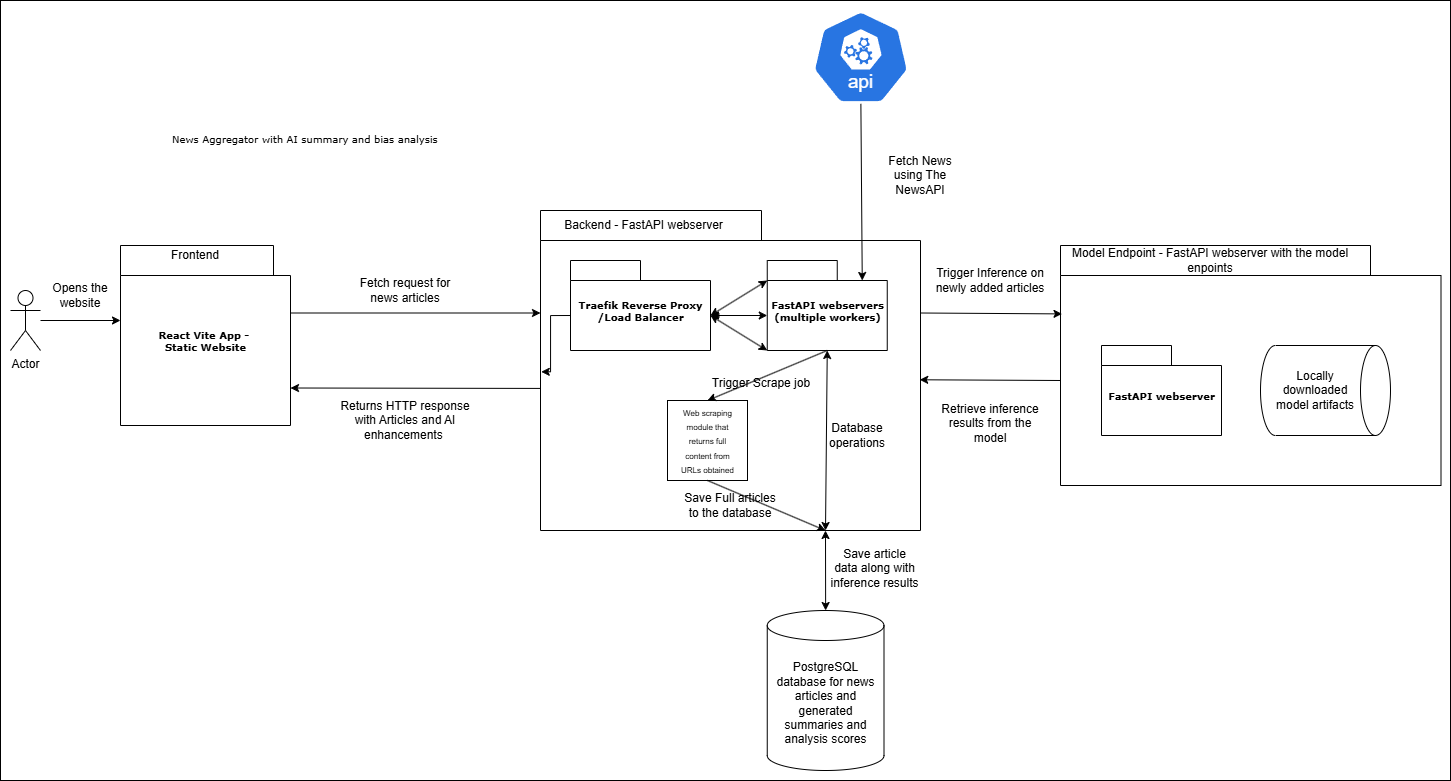
Earlier version of the draw.io export Webapp architecture mockup.png (FaithKamaraju/news-webservice). Source tidied: cells renumbered, new cells last; positions are measured from the earlier drawing's top-left corner, leaving out a move shared by most shapes.
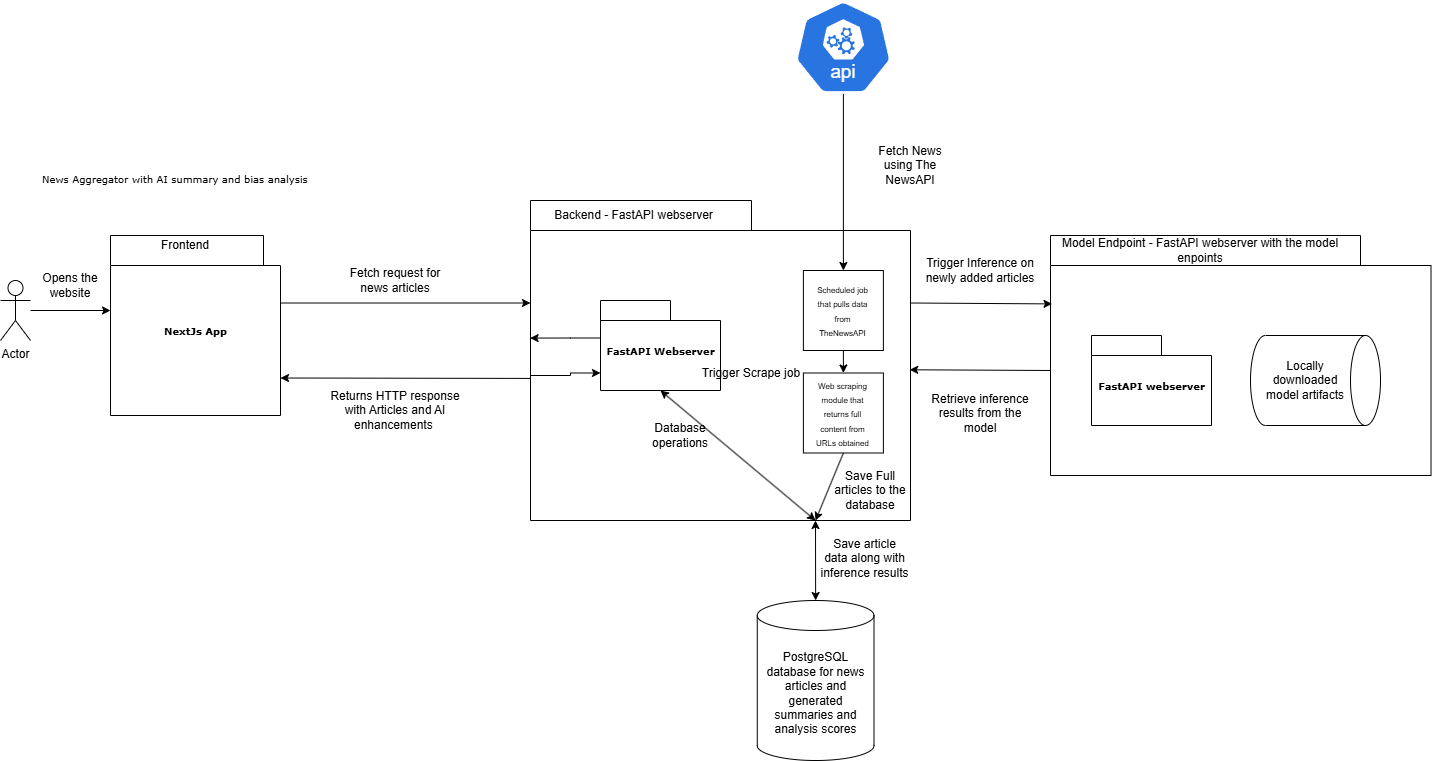
Later version of the same file.

Change to the diagram source:
```diff
@@ -2,17 +2,14 @@
   <root>
     <mxCell id="0" />
     <mxCell id="1" parent="0" />
-    <mxCell id="2" style="rounded=0;whiteSpace=wrap;html=1;" parent="1" vertex="1">
-      <mxGeometry width="1450" height="780" as="geometry" />
-    </mxCell>
     <mxCell id="3" style="shape=folder;fontStyle=1;spacingTop=10;tabWidth=221;tabHeight=30;tabPosition=left;html=1;rounded=0;shadow=0;comic=0;labelBackgroundColor=none;strokeWidth=1;fontFamily=Verdana;fontSize=10;align=center;" parent="1" vertex="1">
       <mxGeometry x="540" y="210" width="380" height="320" as="geometry" />
     </mxCell>
-    <mxCell id="4" value="React Vite App -&amp;nbsp;&lt;div&gt;Static Website&lt;/div&gt;" style="shape=folder;fontStyle=1;spacingTop=10;tabWidth=213;tabHeight=30;tabPosition=left;html=1;rounded=0;shadow=0;comic=0;labelBackgroundColor=none;strokeColor=#000000;strokeWidth=1;fillColor=#ffffff;fontFamily=Verdana;fontSize=10;fontColor=#000000;align=center;" parent="1" vertex="1">
+    <mxCell id="4" value="NextJs App" style="shape=folder;fontStyle=1;spacingTop=10;tabWidth=213;tabHeight=30;tabPosition=left;html=1;rounded=0;shadow=0;comic=0;labelBackgroundColor=none;strokeColor=#000000;strokeWidth=1;fillColor=#ffffff;fontFamily=Verdana;fontSize=10;fontColor=#000000;align=center;" parent="1" vertex="1">
       <mxGeometry x="120" y="245" width="170" height="180" as="geometry" />
     </mxCell>
     <mxCell id="5" value="News Aggregator with AI summary and bias analysis" style="text;html=1;align=left;verticalAlign=top;spacingTop=-4;fontSize=10;fontFamily=Verdana;" parent="1" vertex="1">
-      <mxGeometry x="170" y="130" width="290" height="20" as="geometry" />
+      <mxGeometry x="50" y="180" width="290" height="20" as="geometry" />
     </mxCell>
     <mxCell id="6" value="Frontend" style="text;html=1;align=center;verticalAlign=middle;whiteSpace=wrap;rounded=0;" parent="1" vertex="1">
       <mxGeometry x="120" y="240" width="150" height="30" as="geometry" />
@@ -20,21 +17,12 @@
     <mxCell id="7" value="Backend - FastAPI webserver" style="text;html=1;align=center;verticalAlign=middle;whiteSpace=wrap;rounded=0;" parent="1" vertex="1">
       <mxGeometry x="520" y="210" width="246.8" height="30" as="geometry" />
     </mxCell>
-    <mxCell id="8" value="FastAPI webservers&lt;div&gt;(multiple workers&lt;span style=&quot;background-color: transparent; color: light-dark(rgb(0, 0, 0), rgb(237, 237, 237));&quot;&gt;)&lt;/span&gt;&lt;/div&gt;" style="shape=folder;fontStyle=1;spacingTop=10;tabWidth=70;tabHeight=20;tabPosition=left;html=1;rounded=0;shadow=0;comic=0;labelBackgroundColor=none;strokeColor=#000000;strokeWidth=1;fillColor=#ffffff;fontFamily=Verdana;fontSize=10;fontColor=#000000;align=center;" parent="1" vertex="1">
-      <mxGeometry x="766.8" y="260" width="120" height="90" as="geometry" />
+    <mxCell id="8" value="FastAPI Webserver" style="shape=folder;fontStyle=1;spacingTop=10;tabWidth=70;tabHeight=20;tabPosition=left;html=1;rounded=0;shadow=0;comic=0;labelBackgroundColor=none;strokeColor=#000000;strokeWidth=1;fillColor=#ffffff;fontFamily=Verdana;fontSize=10;fontColor=#000000;align=center;" parent="1" vertex="1">
+      <mxGeometry x="610" y="310" width="120" height="90" as="geometry" />
     </mxCell>
-    <mxCell id="9" value="Traefik Reverse Proxy&lt;div&gt;/Load Balancer&lt;/div&gt;" style="shape=folder;fontStyle=1;spacingTop=10;tabWidth=70;tabHeight=20;tabPosition=left;html=1;rounded=0;shadow=0;comic=0;labelBackgroundColor=none;strokeColor=#000000;strokeWidth=1;fillColor=#ffffff;fontFamily=Verdana;fontSize=10;fontColor=#000000;align=center;" parent="1" vertex="1">
-      <mxGeometry x="570" y="260" width="140" height="90" as="geometry" />
-    </mxCell>
     <mxCell id="10" value="PostgreSQL database for news articles and generated summaries and analysis scores" style="shape=cylinder3;whiteSpace=wrap;html=1;boundedLbl=1;backgroundOutline=1;size=15;" parent="1" vertex="1">
       <mxGeometry x="766.8" y="610" width="116.8" height="160" as="geometry" />
     </mxCell>
-    <mxCell id="11" style="endArrow=classic;startArrow=classic;html=1;rounded=0;exitX=0;exitY=0;exitDx=140;exitDy=55;exitPerimeter=0;entryX=0;entryY=0;entryDx=0;entryDy=20;entryPerimeter=0;" parent="1" edge="1" source="9" target="8">
-      <mxGeometry relative="1" as="geometry" />
-    </mxCell>
-    <mxCell id="12" style="endArrow=classic;startArrow=classic;html=1;rounded=0;entryX=0;entryY=0;entryDx=0;entryDy=90;entryPerimeter=0;exitX=0;exitY=0;exitDx=140;exitDy=55;exitPerimeter=0;" parent="1" edge="1" source="9" target="8">
-      <mxGeometry relative="1" as="geometry" />
-    </mxCell>
     <mxCell id="13" style="endArrow=classic;startArrow=classic;html=1;rounded=0;exitX=0.5;exitY=0;exitDx=0;exitDy=0;exitPerimeter=0;entryX=0.75;entryY=1;entryDx=0;entryDy=0;entryPerimeter=0;" parent="1" edge="1" source="10" target="3">
       <mxGeometry relative="1" as="geometry" />
     </mxCell>
@@ -59,27 +47,18 @@
     <mxCell id="20" value="Opens the website" style="text;html=1;align=center;verticalAlign=middle;whiteSpace=wrap;rounded=0;" parent="1" vertex="1">
       <mxGeometry x="50" y="280" width="60" height="30" as="geometry" />
     </mxCell>
-    <mxCell id="21" style="endArrow=classic;startArrow=classic;html=1;rounded=0;exitX=0;exitY=0;exitDx=140;exitDy=55;exitPerimeter=0;entryX=0;entryY=0;entryDx=0;entryDy=55;entryPerimeter=0;" parent="1" edge="1" source="9" target="8">
-      <mxGeometry relative="1" as="geometry" />
-    </mxCell>
     <mxCell id="22" value="Fetch request for news articles" style="text;html=1;align=center;verticalAlign=middle;whiteSpace=wrap;rounded=0;" parent="1" vertex="1">
       <mxGeometry x="350" y="260" width="110" height="60" as="geometry" />
     </mxCell>
     <mxCell id="23" value="Returns HTTP response with Articles and AI enhancements&amp;nbsp;" style="text;html=1;align=center;verticalAlign=middle;whiteSpace=wrap;rounded=0;" parent="1" vertex="1">
       <mxGeometry x="330" y="390" width="150" height="60" as="geometry" />
     </mxCell>
-    <mxCell id="24" style="edgeStyle=orthogonalEdgeStyle;rounded=0;jettySize=auto;html=1;exitX=0;exitY=0;exitDx=0;exitDy=55;exitPerimeter=0;entryX=0.002;entryY=0.504;entryDx=0;entryDy=0;entryPerimeter=0;" parent="1" edge="1" source="9" target="3">
-      <mxGeometry relative="1" as="geometry" />
-    </mxCell>
     <mxCell id="25" style="whiteSpace=wrap;html=1;" parent="1" vertex="1">
-      <mxGeometry x="667" y="400" width="80" height="80" as="geometry" />
+      <mxGeometry x="812.9" y="382.5" width="80" height="80" as="geometry" />
     </mxCell>
     <mxCell id="26" value="&lt;font style=&quot;font-size: 8px;&quot;&gt;Web scraping module that returns full content from URLs obtained&lt;/font&gt;" style="text;html=1;align=center;verticalAlign=middle;whiteSpace=wrap;rounded=0;" parent="1" vertex="1">
-      <mxGeometry x="674.5" y="407.5" width="65" height="65" as="geometry" />
+      <mxGeometry x="820.4" y="390" width="65" height="65" as="geometry" />
     </mxCell>
-    <mxCell id="27" style="endArrow=classic;html=1;rounded=0;exitX=0.5;exitY=1;exitDx=0;exitDy=0;exitPerimeter=0;entryX=0.5;entryY=0;entryDx=0;entryDy=0;" parent="1" edge="1" source="8" target="25">
-      <mxGeometry relative="1" as="geometry" />
-    </mxCell>
     <mxCell id="28" style="endArrow=classic;html=1;rounded=0;exitX=0.5;exitY=1;exitDx=0;exitDy=0;entryX=0.75;entryY=1;entryDx=0;entryDy=0;entryPerimeter=0;" parent="1" edge="1" source="25" target="3">
       <mxGeometry relative="1" as="geometry" />
     </mxCell>
@@ -87,18 +66,18 @@
       <mxGeometry relative="1" as="geometry" />
     </mxCell>
     <mxCell id="30" value="Database operations" style="text;html=1;align=center;verticalAlign=middle;whiteSpace=wrap;rounded=0;" parent="1" vertex="1">
-      <mxGeometry x="826.8" y="420" width="60" height="30" as="geometry" />
+      <mxGeometry x="660" y="430" width="60" height="30" as="geometry" />
     </mxCell>
     <mxCell id="31" value="Trigger Scrape job" style="text;html=1;align=center;verticalAlign=middle;whiteSpace=wrap;rounded=0;" parent="1" vertex="1">
       <mxGeometry x="710" y="370" width="101.8" height="25" as="geometry" />
     </mxCell>
     <mxCell id="32" value="Save Full articles to the database" style="text;html=1;align=center;verticalAlign=middle;whiteSpace=wrap;rounded=0;" parent="1" vertex="1">
-      <mxGeometry x="680" y="485" width="100" height="40" as="geometry" />
+      <mxGeometry x="840.4" y="485" width="79.6" height="30" as="geometry" />
     </mxCell>
     <mxCell id="33" style="sketch=0;html=1;dashed=0;whitespace=wrap;verticalLabelPosition=bottom;verticalAlign=top;fillColor=#2875E2;strokeColor=#ffffff;points=[[0.005,0.63,0],[0.1,0.2,0],[0.9,0.2,0],[0.5,0,0],[0.995,0.63,0],[0.72,0.99,0],[0.5,1,0],[0.28,0.99,0]];shape=mxgraph.kubernetes.icon2;kubernetesLabel=1;prIcon=api;" parent="1" vertex="1">
-      <mxGeometry x="811.8" y="10" width="97.3" height="93.4" as="geometry" />
+      <mxGeometry x="804.2" y="10" width="97.3" height="93.4" as="geometry" />
     </mxCell>
-    <mxCell id="34" style="endArrow=classic;html=1;rounded=0;exitX=0.5;exitY=1;exitDx=0;exitDy=0;exitPerimeter=0;entryX=0;entryY=0;entryDx=95;entryDy=20;entryPerimeter=0;" parent="1" edge="1" source="33" target="8">
+    <mxCell id="34" style="endArrow=classic;html=1;rounded=0;exitX=0.5;exitY=1;exitDx=0;exitDy=0;exitPerimeter=0;entryX=0.5;entryY=0;entryDx=0;entryDy=0;" parent="1" edge="1" source="33" target="44">
       <mxGeometry relative="1" as="geometry" />
     </mxCell>
     <mxCell id="35" value="Fetch News using The NewsAPI" style="text;html=1;align=center;verticalAlign=middle;whiteSpace=wrap;rounded=0;" parent="1" vertex="1">
@@ -130,5 +109,30 @@
     <mxCell id="43" value="Save article data along with inference results" style="text;html=1;align=center;verticalAlign=middle;whiteSpace=wrap;rounded=0;" parent="1" vertex="1">
       <mxGeometry x="829" y="535" width="91" height="65" as="geometry" />
     </mxCell>
+    <mxCell id="44" style="whiteSpace=wrap;html=1;" parent="1" vertex="1">
+      <mxGeometry x="812.9" y="280" width="80" height="80" as="geometry" />
+    </mxCell>
+    <mxCell id="45" value="&lt;font style=&quot;font-size: 8px;&quot;&gt;Scheduled job that pulls data from TheNewsAPI&lt;/font&gt;" style="text;html=1;align=center;verticalAlign=middle;whiteSpace=wrap;rounded=0;" parent="1" vertex="1">
+      <mxGeometry x="820.4" y="287.5" width="65" height="65" as="geometry" />
+    </mxCell>
+    <mxCell id="46" style="endArrow=classic;html=1;rounded=0;exitX=0.5;exitY=1;exitDx=0;exitDy=0;entryX=0.5;entryY=0;entryDx=0;entryDy=0;" parent="1" edge="1" source="44" target="25">
+      <mxGeometry relative="1" as="geometry" />
+    </mxCell>
+    <mxCell id="47" style="edgeStyle=orthogonalEdgeStyle;rounded=0;jettySize=auto;html=1;exitX=0;exitY=0;exitDx=0;exitDy=37.5;exitPerimeter=0;entryX=-0.001;entryY=0.43;entryDx=0;entryDy=0;entryPerimeter=0;" parent="1" edge="1" source="8" target="3">
+      <mxGeometry relative="1" as="geometry">
+        <Array as="points">
+          <mxPoint x="580" y="348" />
+          <mxPoint x="570" y="348" />
+        </Array>
+      </mxGeometry>
+    </mxCell>
+    <mxCell id="48" style="edgeStyle=orthogonalEdgeStyle;rounded=0;jettySize=auto;html=1;exitX=0;exitY=0;exitDx=0;exitDy=175;exitPerimeter=0;entryX=0;entryY=0;entryDx=0;entryDy=72.5;entryPerimeter=0;" parent="1" edge="1" source="3" target="8">
+      <mxGeometry relative="1" as="geometry">
+        <Array as="points">
+          <mxPoint x="580" y="385" />
+          <mxPoint x="580" y="382" />
+        </Array>
+      </mxGeometry>
+    </mxCell>
   </root>
 </mxGraphModel>
```
